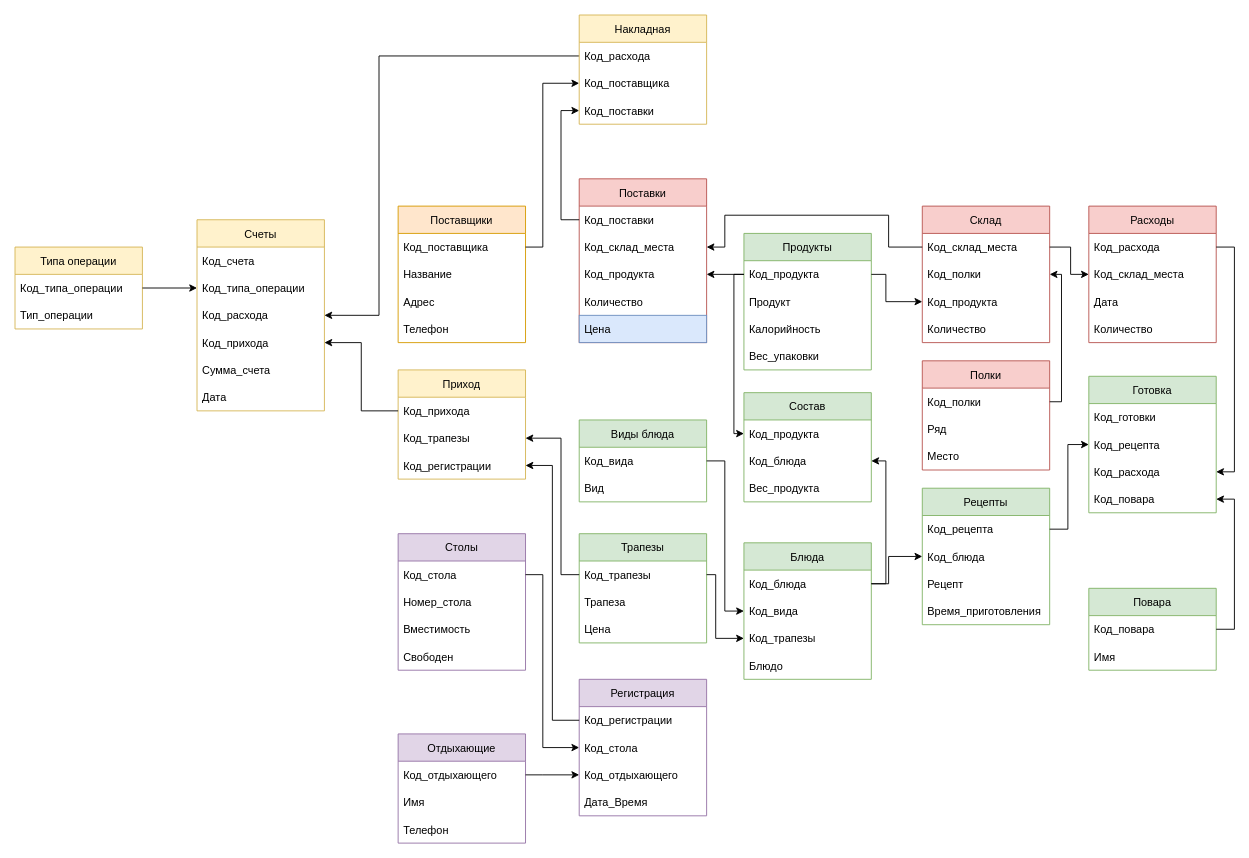
lari5685/transfer keeps this draw.io diagram as page "Page-3" (3 of 3) of Untitled Diagram.drawio. Above is the earlier version. Source tidied: cells renumbered, new cells numbered last; positions are measured from the earlier drawing's top-left corner, leaving out a move shared by most shapes. Both pictures are drawn from the tidied source at 91%, with x=0, y=0 at pixel (15, 15).
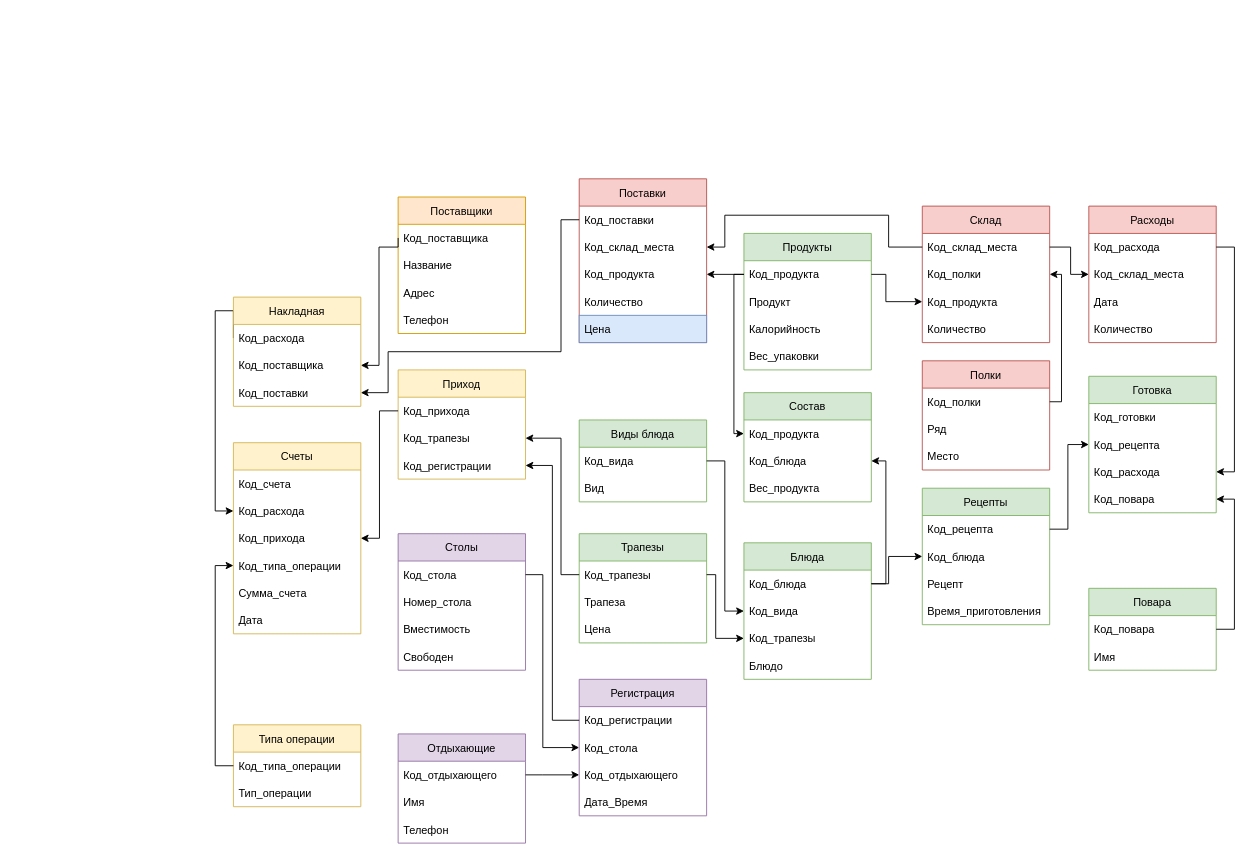
The same diagram, later.

The change refers to these unchanged cells:
```xml
<mxCell id="8" value="Код_поставщика" style="text;strokeColor=none;fillColor=none;align=left;verticalAlign=middle;spacingLeft=4;spacingRight=4;overflow=hidden;points=[[0,0.5],[1,0.5]];portConstraint=eastwest;sketch=0;swimlaneLine=1;shadow=0;" parent="7" vertex="1">
  <mxGeometry y="30" width="140" height="30" as="geometry" />
</mxCell>
<mxCell id="13" value="Код_поставки" style="text;strokeColor=none;fillColor=none;align=left;verticalAlign=middle;spacingLeft=4;spacingRight=4;overflow=hidden;points=[[0,0.5],[1,0.5]];portConstraint=eastwest;sketch=0;swimlaneLine=1;shadow=0;" parent="12" vertex="1">
  <mxGeometry y="30" width="140" height="30" as="geometry" />
</mxCell>
<mxCell id="97" value="Код_типа_операции" style="text;strokeColor=none;fillColor=none;align=left;verticalAlign=middle;spacingLeft=4;spacingRight=4;overflow=hidden;points=[[0,0.5],[1,0.5]];portConstraint=eastwest;sketch=0;swimlaneLine=1;shadow=0;" parent="96" vertex="1">
  <mxGeometry y="30" width="140" height="30" as="geometry" />
</mxCell>
<mxCell id="110" value="Код_расхода" style="text;strokeColor=none;fillColor=none;align=left;verticalAlign=middle;spacingLeft=4;spacingRight=4;overflow=hidden;points=[[0,0.5],[1,0.5]];portConstraint=eastwest;sketch=0;swimlaneLine=1;shadow=0;" parent="109" vertex="1">
  <mxGeometry y="30" width="140" height="30" as="geometry" />
</mxCell>
<mxCell id="111" value="Код_поставщика" style="text;strokeColor=none;fillColor=none;align=left;verticalAlign=middle;spacingLeft=4;spacingRight=4;overflow=hidden;points=[[0,0.5],[1,0.5]];portConstraint=eastwest;sketch=0;swimlaneLine=1;shadow=0;" parent="109" vertex="1">
  <mxGeometry y="60" width="140" height="30" as="geometry" />
</mxCell>
<mxCell id="112" value="Код_поставки" style="text;strokeColor=none;fillColor=none;align=left;verticalAlign=middle;spacingLeft=4;spacingRight=4;overflow=hidden;points=[[0,0.5],[1,0.5]];portConstraint=eastwest;sketch=0;swimlaneLine=1;shadow=0;" parent="109" vertex="1">
  <mxGeometry y="90" width="140" height="30" as="geometry" />
</mxCell>
```

The edit, as a diff of the source:
```diff
@@
     <mxCell id="7" value="Поставщики" style="swimlane;fontStyle=0;horizontal=1;startSize=30;fillColor=#ffe6cc;strokeColor=#d79b00;sketch=0;swimlaneLine=1;shadow=0;" parent="1" vertex="1">
-      <mxGeometry x="421" y="210" width="140" height="150" as="geometry" />
+      <mxGeometry x="421" y="200" width="140" height="150" as="geometry" />
     </mxCell>
@@
-    <mxCell id="44" style="edgeStyle=orthogonalEdgeStyle;rounded=0;jettySize=auto;html=1;exitX=1;exitY=0.5;exitDx=0;exitDy=0;entryX=0;entryY=0.5;entryDx=0;entryDy=0;shadow=0;sketch=0;swimlaneLine=1;" parent="1" edge="1" source="8" target="111">
+    <mxCell id="44" style="edgeStyle=orthogonalEdgeStyle;rounded=0;jettySize=auto;html=1;exitX=0;exitY=0.5;exitDx=0;exitDy=0;entryX=1;entryY=0.5;entryDx=0;entryDy=0;shadow=0;sketch=0;swimlaneLine=1;" parent="1" edge="1" source="8" target="111">
       <mxGeometry relative="1" as="geometry">
         <Array as="points">
-          <mxPoint x="580" y="255" />
-          <mxPoint x="580" y="75" />
+          <mxPoint x="421" y="255" />
+          <mxPoint x="400" y="255" />
+          <mxPoint x="400" y="385" />
         </Array>
       </mxGeometry>
     </mxCell>
@@
     <mxCell id="96" value="Типа операции" style="swimlane;fontStyle=0;horizontal=1;startSize=30;fillColor=#fff2cc;strokeColor=#d6b656;sketch=0;swimlaneLine=1;shadow=0;" parent="1" vertex="1">
-      <mxGeometry y="255" width="140" height="90" as="geometry" />
+      <mxGeometry x="240" y="780" width="140" height="90" as="geometry" />
     </mxCell>
@@
     <mxCell id="99" value="Счеты" style="swimlane;fontStyle=0;horizontal=1;startSize=30;fillColor=#fff2cc;strokeColor=#d6b656;sketch=0;swimlaneLine=1;shadow=0;" parent="1" vertex="1">
-      <mxGeometry x="200" y="225" width="140" height="210" as="geometry" />
+      <mxGeometry x="240" y="470" width="140" height="210" as="geometry" />
     </mxCell>
@@
-    <mxCell id="101" value="Код_типа_операции" style="text;strokeColor=none;fillColor=none;align=left;verticalAlign=middle;spacingLeft=4;spacingRight=4;overflow=hidden;points=[[0,0.5],[1,0.5]];portConstraint=eastwest;sketch=0;swimlaneLine=1;shadow=0;" parent="99" vertex="1">
-      <mxGeometry y="60" width="140" height="30" as="geometry" />
-    </mxCell>
     <mxCell id="102" value="Код_расхода" style="text;strokeColor=none;fillColor=none;align=left;verticalAlign=middle;spacingLeft=4;spacingRight=4;overflow=hidden;points=[[0,0.5],[1,0.5]];portConstraint=eastwest;sketch=0;swimlaneLine=1;shadow=0;" parent="99" vertex="1">
-      <mxGeometry y="90" width="140" height="30" as="geometry" />
+      <mxGeometry y="60" width="140" height="30" as="geometry" />
     </mxCell>
     <mxCell id="103" value="Код_прихода" style="text;strokeColor=none;fillColor=none;align=left;verticalAlign=middle;spacingLeft=4;spacingRight=4;overflow=hidden;points=[[0,0.5],[1,0.5]];portConstraint=eastwest;sketch=0;swimlaneLine=1;shadow=0;" parent="99" vertex="1">
-      <mxGeometry y="120" width="140" height="30" as="geometry" />
+      <mxGeometry y="90" width="140" height="30" as="geometry" />
     </mxCell>
+    <mxCell id="101" value="Код_типа_операции" style="text;strokeColor=none;fillColor=none;align=left;verticalAlign=middle;spacingLeft=4;spacingRight=4;overflow=hidden;points=[[0,0.5],[1,0.5]];portConstraint=eastwest;sketch=0;swimlaneLine=1;shadow=0;" parent="99" vertex="1">
+      <mxGeometry y="120" width="140" height="30" as="geometry" />
+    </mxCell>
@@
-    <mxCell id="106" style="edgeStyle=orthogonalEdgeStyle;rounded=0;jettySize=auto;html=1;exitX=1;exitY=0.5;exitDx=0;exitDy=0;entryX=0;entryY=0.5;entryDx=0;entryDy=0;sketch=0;swimlaneLine=1;shadow=0;" parent="1" edge="1" source="97" target="101">
+    <mxCell id="106" style="edgeStyle=orthogonalEdgeStyle;rounded=0;jettySize=auto;html=1;exitX=0;exitY=0.5;exitDx=0;exitDy=0;entryX=0;entryY=0.5;entryDx=0;entryDy=0;sketch=0;swimlaneLine=1;shadow=0;" parent="1" edge="1" source="97" target="101">
       <mxGeometry relative="1" as="geometry" />
     </mxCell>
-    <mxCell id="107" style="edgeStyle=orthogonalEdgeStyle;rounded=0;jettySize=auto;html=1;exitX=0;exitY=0.5;exitDx=0;exitDy=0;entryX=1;entryY=0.5;entryDx=0;entryDy=0;sketch=0;swimlaneLine=1;shadow=0;" parent="1" edge="1" source="110" target="102">
+    <mxCell id="107" style="edgeStyle=orthogonalEdgeStyle;rounded=0;jettySize=auto;html=1;exitX=0;exitY=0.5;exitDx=0;exitDy=0;entryX=0;entryY=0.5;entryDx=0;entryDy=0;sketch=0;swimlaneLine=1;shadow=0;" parent="1" edge="1" source="110" target="102">
       <mxGeometry relative="1" as="geometry">
         <Array as="points">
-          <mxPoint x="400" y="45" />
-          <mxPoint x="400" y="330" />
+          <mxPoint x="220" y="325" />
+          <mxPoint x="220" y="545" />
         </Array>
       </mxGeometry>
     </mxCell>
@@
     <mxCell id="109" value="Накладная" style="swimlane;fontStyle=0;horizontal=1;startSize=30;fillColor=#fff2cc;strokeColor=#d6b656;sketch=0;swimlaneLine=1;shadow=0;" parent="1" vertex="1">
-      <mxGeometry x="620" width="140" height="120" as="geometry" />
+      <mxGeometry x="240" y="310" width="140" height="120" as="geometry" />
     </mxCell>
@@
-    <mxCell id="113" style="edgeStyle=orthogonalEdgeStyle;rounded=0;jettySize=auto;html=1;exitX=0;exitY=0.5;exitDx=0;exitDy=0;entryX=0;entryY=0.5;entryDx=0;entryDy=0;sketch=0;swimlaneLine=1;shadow=0;" parent="1" edge="1" source="13" target="112">
-      <mxGeometry relative="1" as="geometry" />
+    <mxCell id="113" style="edgeStyle=orthogonalEdgeStyle;rounded=0;jettySize=auto;html=1;exitX=0;exitY=0.5;exitDx=0;exitDy=0;entryX=1;entryY=0.5;entryDx=0;entryDy=0;sketch=0;swimlaneLine=1;shadow=0;" parent="1" edge="1" source="13" target="112">
+      <mxGeometry relative="1" as="geometry">
+        <Array as="points">
+          <mxPoint x="600" y="225" />
+          <mxPoint x="600" y="370" />
+          <mxPoint x="410" y="370" />
+          <mxPoint x="410" y="415" />
+        </Array>
+      </mxGeometry>
     </mxCell>
```
